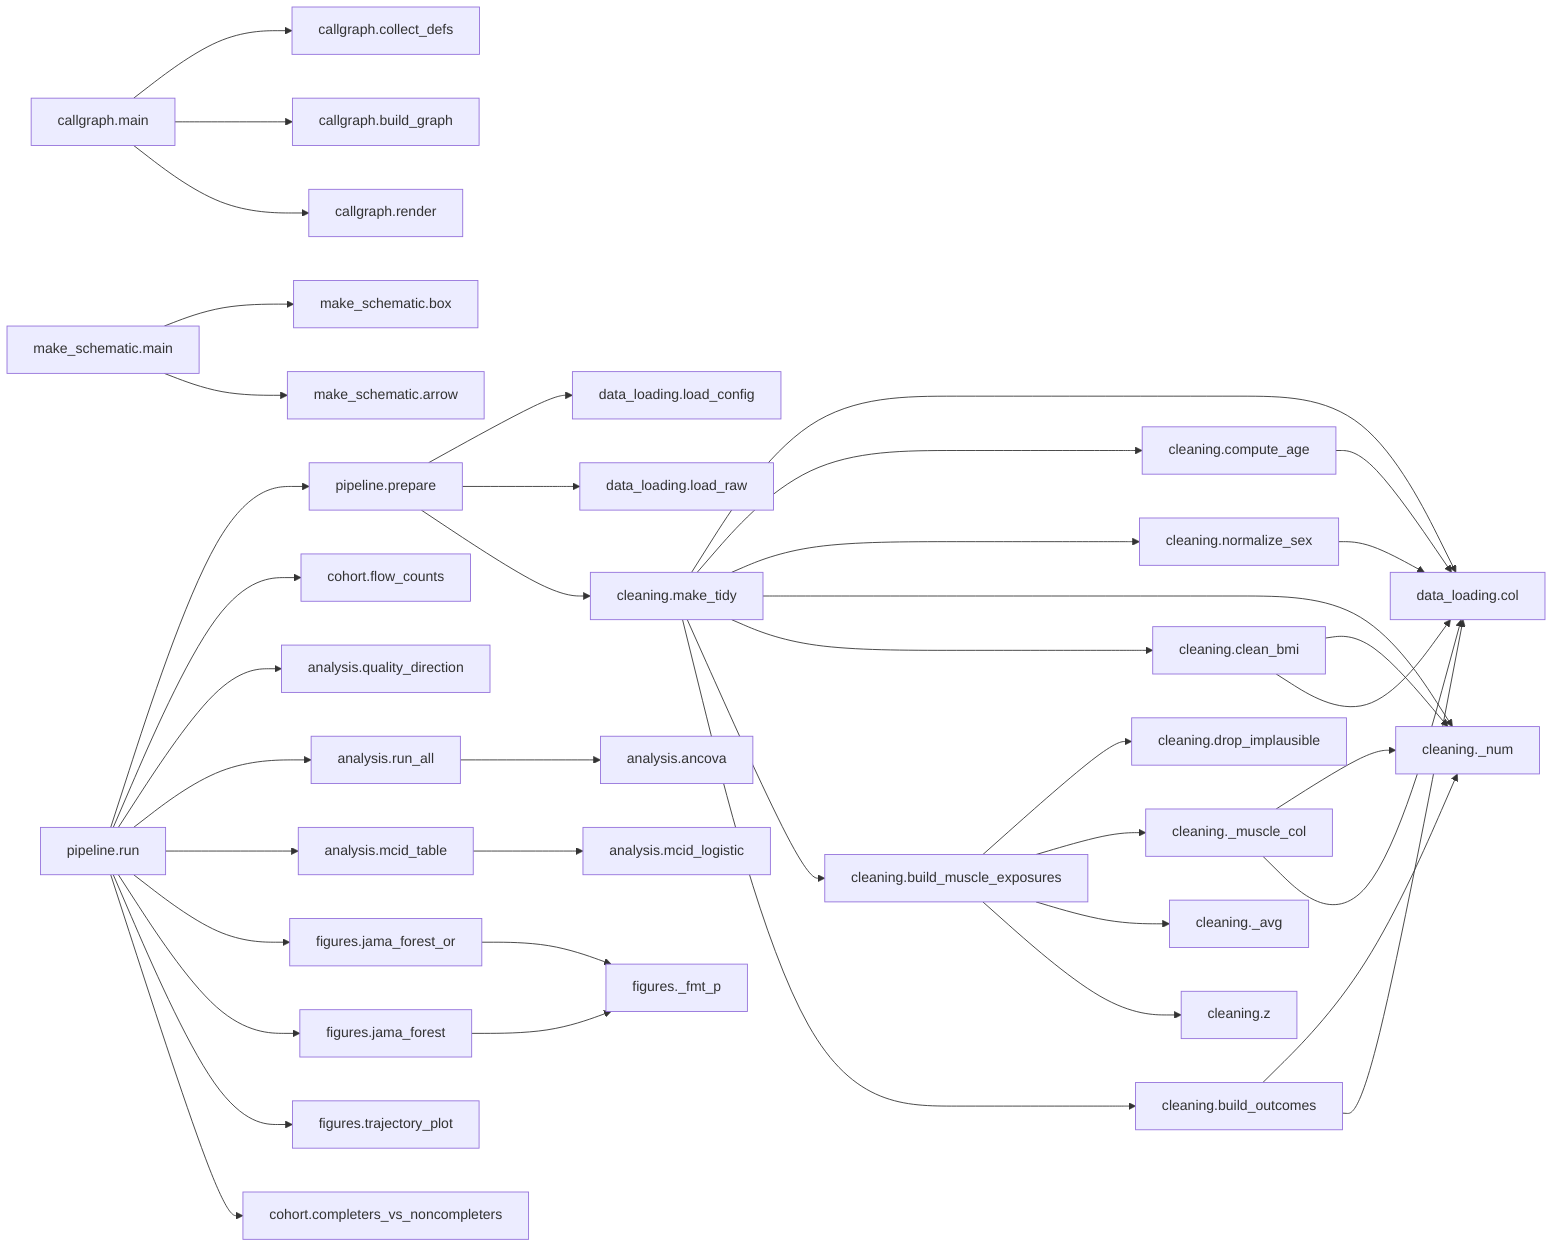
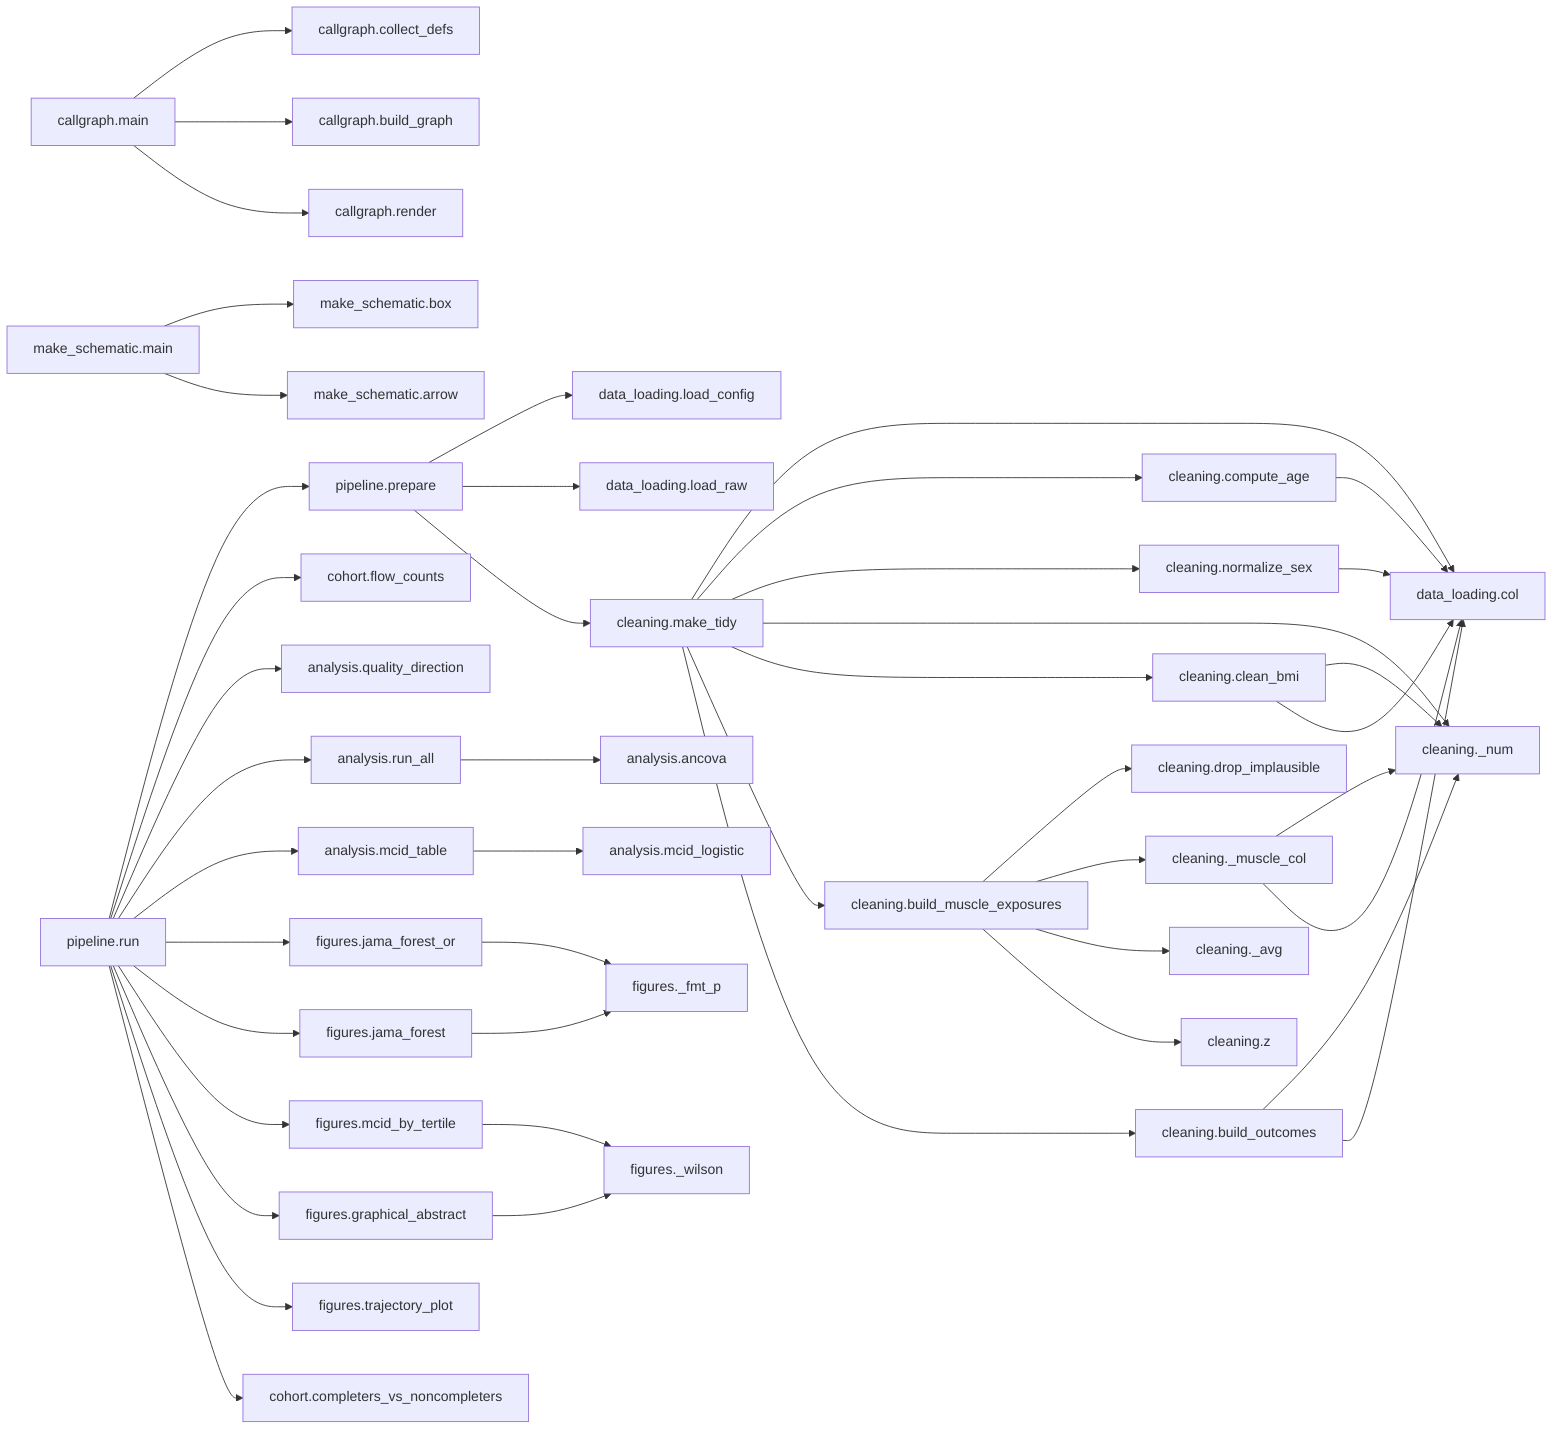
flowchart LR
    analysis_mcid_table["analysis.mcid_table"] --> analysis_mcid_logistic["analysis.mcid_logistic"]
    analysis_run_all["analysis.run_all"] --> analysis_ancova["analysis.ancova"]
    callgraph_main["callgraph.main"] --> callgraph_collect_defs["callgraph.collect_defs"]
    callgraph_main["callgraph.main"] --> callgraph_build_graph["callgraph.build_graph"]
    callgraph_main["callgraph.main"] --> callgraph_render["callgraph.render"]
    make_schematic_main["make_schematic.main"] --> make_schematic_box["make_schematic.box"]
    make_schematic_main["make_schematic.main"] --> make_schematic_arrow["make_schematic.arrow"]
    pipeline_prepare["pipeline.prepare"] --> data_loading_load_config["data_loading.load_config"]
    pipeline_prepare["pipeline.prepare"] --> data_loading_load_raw["data_loading.load_raw"]
    pipeline_prepare["pipeline.prepare"] --> cleaning_make_tidy["cleaning.make_tidy"]
    cleaning_make_tidy["cleaning.make_tidy"] --> data_loading_col["data_loading.col"]
    cleaning_make_tidy["cleaning.make_tidy"] --> cleaning_compute_age["cleaning.compute_age"]
    cleaning_make_tidy["cleaning.make_tidy"] --> cleaning_normalize_sex["cleaning.normalize_sex"]
    cleaning_make_tidy["cleaning.make_tidy"] --> cleaning__num["cleaning._num"]
    cleaning_make_tidy["cleaning.make_tidy"] --> cleaning_clean_bmi["cleaning.clean_bmi"]
    cleaning_make_tidy["cleaning.make_tidy"] --> cleaning_build_muscle_exposures["cleaning.build_muscle_exposures"]
    cleaning_make_tidy["cleaning.make_tidy"] --> cleaning_build_outcomes["cleaning.build_outcomes"]
    pipeline_run["pipeline.run"] --> pipeline_prepare["pipeline.prepare"]
    pipeline_run["pipeline.run"] --> cohort_flow_counts["cohort.flow_counts"]
    pipeline_run["pipeline.run"] --> analysis_quality_direction["analysis.quality_direction"]
    pipeline_run["pipeline.run"] --> analysis_run_all["analysis.run_all"]
    pipeline_run["pipeline.run"] --> analysis_mcid_table["analysis.mcid_table"]
    pipeline_run["pipeline.run"] --> figures_jama_forest_or["figures.jama_forest_or"]
    pipeline_run["pipeline.run"] --> figures_jama_forest["figures.jama_forest"]
+     pipeline_run["pipeline.run"] --> figures_mcid_by_tertile["figures.mcid_by_tertile"]
+     pipeline_run["pipeline.run"] --> figures_graphical_abstract["figures.graphical_abstract"]
    pipeline_run["pipeline.run"] --> figures_trajectory_plot["figures.trajectory_plot"]
    pipeline_run["pipeline.run"] --> cohort_completers_vs_noncompleters["cohort.completers_vs_noncompleters"]
    figures_jama_forest_or["figures.jama_forest_or"] --> figures__fmt_p["figures._fmt_p"]
    figures_jama_forest["figures.jama_forest"] --> figures__fmt_p["figures._fmt_p"]
+     figures_mcid_by_tertile["figures.mcid_by_tertile"] --> figures__wilson["figures._wilson"]
+     figures_graphical_abstract["figures.graphical_abstract"] --> figures__wilson["figures._wilson"]
    cleaning__muscle_col["cleaning._muscle_col"] --> cleaning__num["cleaning._num"]
    cleaning__muscle_col["cleaning._muscle_col"] --> data_loading_col["data_loading.col"]
    cleaning_compute_age["cleaning.compute_age"] --> data_loading_col["data_loading.col"]
    cleaning_normalize_sex["cleaning.normalize_sex"] --> data_loading_col["data_loading.col"]
    cleaning_clean_bmi["cleaning.clean_bmi"] --> cleaning__num["cleaning._num"]
    cleaning_clean_bmi["cleaning.clean_bmi"] --> data_loading_col["data_loading.col"]
    cleaning_build_muscle_exposures["cleaning.build_muscle_exposures"] --> cleaning_drop_implausible["cleaning.drop_implausible"]
    cleaning_build_muscle_exposures["cleaning.build_muscle_exposures"] --> cleaning__muscle_col["cleaning._muscle_col"]
    cleaning_build_muscle_exposures["cleaning.build_muscle_exposures"] --> cleaning__avg["cleaning._avg"]
    cleaning_build_muscle_exposures["cleaning.build_muscle_exposures"] --> cleaning_z["cleaning.z"]
    cleaning_build_outcomes["cleaning.build_outcomes"] --> cleaning__num["cleaning._num"]
    cleaning_build_outcomes["cleaning.build_outcomes"] --> data_loading_col["data_loading.col"]
